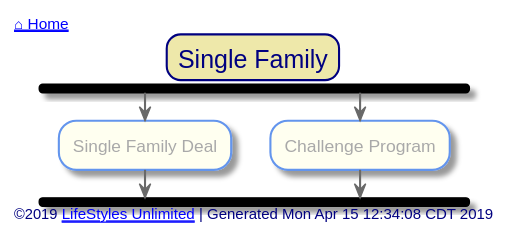
Earlier version of the PlantUML export out/src/single-family/index.svg (toddmo/lifestylesunlimited).
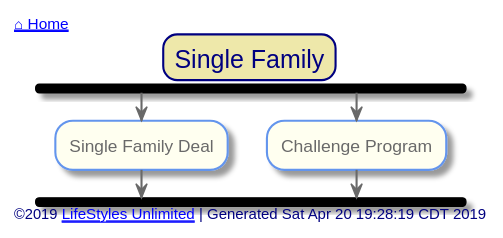
After the commit.

Change to the diagram source:
```diff
@@ -16,7 +16,8 @@
 skinparam activity {
   BackgroundColor Ivory
   BorderColor CornflowerBlue
-  FontColor DarkGray
+  FontColor DimGray
+
 
   Arrow {
     Color dimgray
@@ -24,11 +25,11 @@
   }
 
   Start {
-    Color Navy
+    Color PHYSICAL
   }
 
   End {
-    Color Red
+    Color Coral
   }
 
   Diamond {
@@ -46,13 +47,21 @@
 }
 
 skinparam Partition {
-  BackgroundColor DarkSeaGreen
+  BackgroundColor Ivory
   BorderColor CornflowerBlue
   BorderThickness 1
+  FontColor CornflowerBlue
+  FontSize 16
+  BorderRoundCorner 20
+}
+
+skinparam Note {
+  BackgroundColor LightSteelBlue
+  BorderColor CornflowerBlue
   FontColor White
-  FontSize 16
 }
-skinparam Note {
+
+skinparam Legend {
   BackgroundColor LightSteelBlue
   BorderColor CornflowerBlue
   FontColor White
@@ -77,8 +86,9 @@
 	end fork
 
 
+
 left footer
-	©2019 [[http://www.lifestylesunlimited.com LifeStyles Unlimited]] | Generated Mon Apr 15 12:34:08 CDT 2019
+	©2019 [[http://www.lifestylesunlimited.com LifeStyles Unlimited]] | Generated Sat Apr 20 19:28:19 CDT 2019
 endfooter
 
 
```
